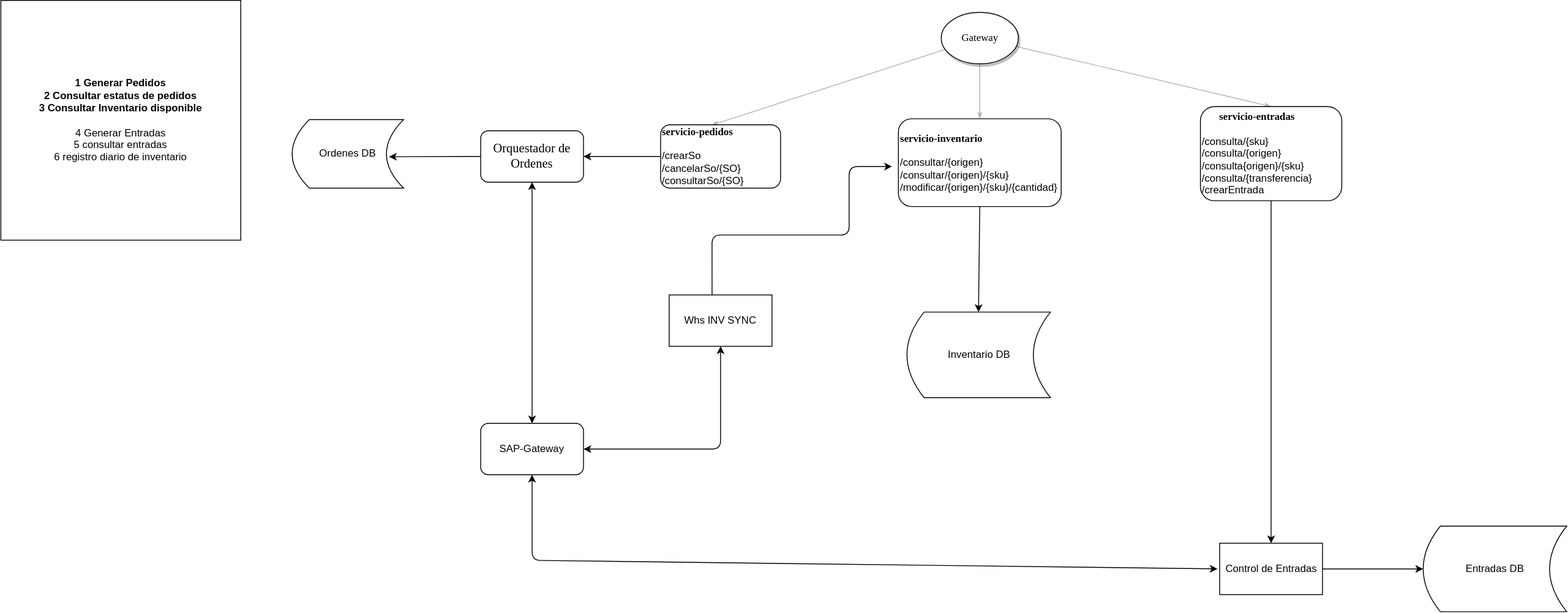
Above: Untitled Diagram.svg in erick12357/pruebaRest (draw.io), before the change. Source tidied: cells renumbered, new cells last; positions are measured from the earlier drawing's top-left corner, leaving out a move shared by most shapes. Source of this version:
```xml
<mxGraphModel background="#ffffff">
  <root>
    <mxCell id="0" />
    <mxCell id="1" parent="0" />
    <mxCell id="2" style="edgeStyle=none;rounded=1;html=1;labelBackgroundColor=none;startArrow=none;startFill=0;startSize=5;endArrow=classicThin;endFill=1;endSize=5;jettySize=auto;strokeColor=#B3B3B3;strokeWidth=1;fontFamily=Verdana;fontSize=12;entryX=0.5;entryY=0;entryDx=0;entryDy=0;" parent="1" edge="1" source="5" target="9">
      <mxGeometry relative="1" as="geometry" />
    </mxCell>
    <mxCell id="3" style="edgeStyle=none;rounded=1;html=1;labelBackgroundColor=none;startArrow=none;startFill=0;startSize=5;endArrow=classicThin;endFill=1;endSize=5;jettySize=auto;strokeColor=#B3B3B3;strokeWidth=1;fontFamily=Verdana;fontSize=12;entryX=0.425;entryY=0.006;entryDx=0;entryDy=0;entryPerimeter=0;" parent="1" edge="1" source="5" target="11">
      <mxGeometry relative="1" as="geometry" />
    </mxCell>
    <mxCell id="4" style="edgeStyle=none;rounded=1;html=1;labelBackgroundColor=none;startArrow=none;startFill=0;startSize=5;endArrow=classicThin;endFill=1;endSize=5;jettySize=auto;strokeColor=#B3B3B3;strokeWidth=1;fontFamily=Verdana;fontSize=12;entryX=0.5;entryY=0;entryDx=0;entryDy=0;" parent="1" edge="1" source="5" target="10">
      <mxGeometry relative="1" as="geometry" />
    </mxCell>
    <mxCell id="5" value="Gateway" style="ellipse;whiteSpace=wrap;html=1;rounded=0;shadow=1;comic=0;labelBackgroundColor=none;strokeWidth=1;fontFamily=Verdana;fontSize=12;align=center;" parent="1" vertex="1">
      <mxGeometry x="1097.5" y="14" width="90" height="60" as="geometry" />
    </mxCell>
    <mxCell id="6" value="Inventario DB" style="shape=dataStorage;whiteSpace=wrap;html=1;fixedSize=1;" parent="1" vertex="1">
      <mxGeometry x="1057.5" y="364" width="167.5" height="100" as="geometry" />
    </mxCell>
    <mxCell id="7" value="&lt;b&gt;1 Generar Pedidos&lt;br&gt;2 Consultar estatus de pedidos&lt;br&gt;3 Consultar Inventario disponible&lt;br&gt;&lt;/b&gt;&lt;br&gt;4 Generar Entradas&lt;br&gt;5 consultar entradas&lt;br&gt;6 registro diario de inventario" style="whiteSpace=wrap;html=1;" parent="1" vertex="1">
      <mxGeometry width="280" height="280" as="geometry" />
    </mxCell>
    <mxCell id="8" style="endArrow=classic;html=1;fontStyle=1;exitX=0.5;exitY=1;exitDx=0;exitDy=0;" parent="1" edge="1" source="9">
      <mxGeometry relative="1" as="geometry">
        <mxPoint x="1141" y="364" as="targetPoint" />
      </mxGeometry>
    </mxCell>
    <mxCell id="9" value="&lt;span style=&quot;font-family: &amp;#34;verdana&amp;#34; ; text-align: center&quot;&gt;&lt;b&gt;servicio-inventario&lt;/b&gt;&lt;br&gt;&lt;/span&gt;&lt;span&gt;&lt;br&gt;/consultar/{origen}&lt;/span&gt;&lt;br&gt;&lt;span&gt;/consultar/{origen}/{sku}&lt;/span&gt;&lt;br&gt;&lt;span&gt;/modificar/{origen}/{sku}/{cantidad}&lt;/span&gt;" style="rounded=1;whiteSpace=wrap;html=1;align=left;" parent="1" vertex="1">
      <mxGeometry x="1047.5" y="138.2" width="190" height="102.5" as="geometry" />
    </mxCell>
    <mxCell id="10" value="&lt;div style=&quot;text-align: center&quot;&gt;&lt;font face=&quot;verdana&quot;&gt;&lt;b&gt;servicio-entradas&lt;/b&gt;&lt;/font&gt;&lt;/div&gt;&lt;div&gt;&lt;span style=&quot;font-family: &amp;#34;verdana&amp;#34; ; text-align: center&quot;&gt;&lt;br&gt;&lt;/span&gt;&lt;/div&gt;&lt;div&gt;&lt;span&gt;/consulta/{sku}&lt;/span&gt;&lt;br&gt;&lt;/div&gt;&lt;div&gt;/consulta/{origen}&lt;/div&gt;&lt;div&gt;/consulta{origen}/{sku}&lt;/div&gt;&lt;div&gt;/consulta/{transferencia}&lt;/div&gt;&lt;div&gt;/crearEntrada&lt;/div&gt;" style="rounded=1;whiteSpace=wrap;html=1;align=left;" parent="1" vertex="1">
      <mxGeometry x="1400" y="124" width="165" height="110" as="geometry" />
    </mxCell>
    <mxCell id="11" value="&lt;span style=&quot;font-family: &amp;#34;verdana&amp;#34; ; text-align: center&quot;&gt;&lt;b&gt;servicio-pedidos&lt;/b&gt;&lt;/span&gt;&lt;span&gt;&lt;b&gt;&lt;br&gt;&lt;/b&gt;&lt;br&gt;/crearSo&lt;/span&gt;&lt;br&gt;&lt;span&gt;/cancelarSo/{SO}&lt;/span&gt;&lt;br&gt;&lt;span&gt;/consultarSo/{SO}&lt;/span&gt;" style="rounded=1;whiteSpace=wrap;html=1;align=left;" parent="1" vertex="1">
      <mxGeometry x="770" y="145.2" width="140" height="74" as="geometry" />
    </mxCell>
    <mxCell id="12" value="SAP-Gateway&lt;br&gt;" style="rounded=1;whiteSpace=wrap;html=1;" parent="1" vertex="1">
      <mxGeometry x="560" y="494" width="120" height="60" as="geometry" />
    </mxCell>
    <mxCell id="13" value="&lt;span lang=&quot;EN-US&quot; style=&quot;font-size: 11.0pt ; font-family: &amp;#34;calibri&amp;#34; , &amp;#34;sans-serif&amp;#34;&quot;&gt;Orquestador de Ordenes&lt;/span&gt;" style="rounded=1;whiteSpace=wrap;html=1;" parent="1" vertex="1">
      <mxGeometry x="560" y="152.2" width="120" height="60" as="geometry" />
    </mxCell>
    <mxCell id="14" style="endArrow=classic;html=1;entryX=1;entryY=0.5;entryDx=0;entryDy=0;exitX=0;exitY=0.5;exitDx=0;exitDy=0;" parent="1" edge="1" source="11" target="13">
      <mxGeometry relative="1" as="geometry" />
    </mxCell>
    <mxCell id="15" value="Ordenes DB" style="shape=dataStorage;whiteSpace=wrap;html=1;fixedSize=1;" parent="1" vertex="1">
      <mxGeometry x="340" y="139.2" width="130" height="80" as="geometry" />
    </mxCell>
    <mxCell id="16" style="endArrow=classic;html=1;entryX=0.869;entryY=0.541;entryDx=0;entryDy=0;entryPerimeter=0;exitX=0;exitY=0.5;exitDx=0;exitDy=0;" parent="1" edge="1" source="13" target="15">
      <mxGeometry relative="1" as="geometry" />
    </mxCell>
    <mxCell id="17" style="endArrow=classic;startArrow=classic;html=1;entryX=0.5;entryY=1;entryDx=0;entryDy=0;exitX=0.5;exitY=0;exitDx=0;exitDy=0;" parent="1" edge="1" source="12" target="13">
      <mxGeometry relative="1" as="geometry" />
    </mxCell>
    <mxCell id="18" value="Whs INV SYNC" style="rounded=0;whiteSpace=wrap;html=1;" parent="1" vertex="1">
      <mxGeometry x="780" y="344" width="120" height="60" as="geometry" />
    </mxCell>
    <mxCell id="19" style="endArrow=classic;startArrow=classic;html=1;entryX=0.5;entryY=1;entryDx=0;entryDy=0;exitX=1;exitY=0.5;exitDx=0;exitDy=0;" parent="1" edge="1" source="12" target="18">
      <mxGeometry relative="1" as="geometry">
        <Array as="points">
          <mxPoint x="840" y="524" />
        </Array>
      </mxGeometry>
    </mxCell>
    <mxCell id="20" style="endArrow=classic;html=1;exitX=0.417;exitY=0;exitDx=0;exitDy=0;exitPerimeter=0;" parent="1" edge="1" source="18">
      <mxGeometry relative="1" as="geometry">
        <mxPoint x="1040" y="194" as="targetPoint" />
        <Array as="points">
          <mxPoint x="830" y="274" />
          <mxPoint x="990" y="274" />
          <mxPoint x="990" y="194" />
        </Array>
      </mxGeometry>
    </mxCell>
    <mxCell id="21" value="Control de Entradas" style="rounded=0;whiteSpace=wrap;html=1;" parent="1" vertex="1">
      <mxGeometry x="1422.5" y="634" width="120" height="60" as="geometry" />
    </mxCell>
    <mxCell id="22" style="endArrow=classic;html=1;entryX=0.5;entryY=0;entryDx=0;entryDy=0;exitX=0.5;exitY=1;exitDx=0;exitDy=0;" parent="1" edge="1" source="10" target="21">
      <mxGeometry relative="1" as="geometry" />
    </mxCell>
    <mxCell id="23" style="endArrow=classic;startArrow=classic;html=1;exitX=0.5;exitY=1;exitDx=0;exitDy=0;" parent="1" edge="1" source="12">
      <mxGeometry relative="1" as="geometry">
        <mxPoint x="1420" y="664" as="targetPoint" />
        <Array as="points">
          <mxPoint x="620" y="654" />
        </Array>
      </mxGeometry>
    </mxCell>
    <mxCell id="24" value="Entradas DB" style="shape=dataStorage;whiteSpace=wrap;html=1;fixedSize=1;" parent="1" vertex="1">
      <mxGeometry x="1660" y="614" width="167.5" height="100" as="geometry" />
    </mxCell>
    <mxCell id="25" style="endArrow=classic;html=1;entryX=0;entryY=0.5;entryDx=0;entryDy=0;exitX=1;exitY=0.5;exitDx=0;exitDy=0;" parent="1" edge="1" source="21" target="24">
      <mxGeometry relative="1" as="geometry" />
    </mxCell>
  </root>
</mxGraphModel>
```
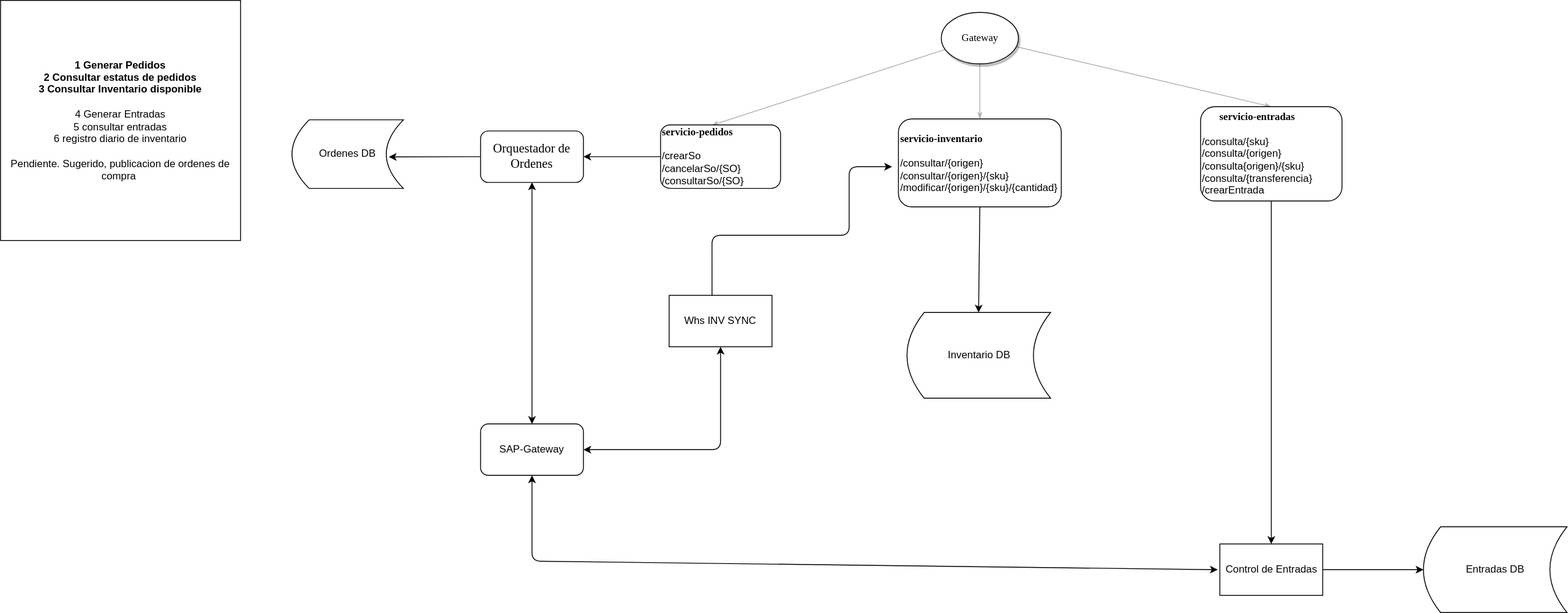
The same file after the commit.

What changed in the source:
```diff
@@ -17,7 +17,7 @@
     <mxCell id="6" value="Inventario DB" style="shape=dataStorage;whiteSpace=wrap;html=1;fixedSize=1;" parent="1" vertex="1">
       <mxGeometry x="1057.5" y="364" width="167.5" height="100" as="geometry" />
     </mxCell>
-    <mxCell id="7" value="&lt;b&gt;1 Generar Pedidos&lt;br&gt;2 Consultar estatus de pedidos&lt;br&gt;3 Consultar Inventario disponible&lt;br&gt;&lt;/b&gt;&lt;br&gt;4 Generar Entradas&lt;br&gt;5 consultar entradas&lt;br&gt;6 registro diario de inventario" style="whiteSpace=wrap;html=1;" parent="1" vertex="1">
+    <mxCell id="7" value="&lt;b&gt;1 Generar Pedidos&lt;br&gt;2 Consultar estatus de pedidos&lt;br&gt;3 Consultar Inventario disponible&lt;br&gt;&lt;/b&gt;&lt;br&gt;4 Generar Entradas&lt;br&gt;5 consultar entradas&lt;br&gt;6 registro diario de inventario&lt;br&gt;&lt;br&gt;Pendiente. Sugerido, publicacion de ordenes de compra&amp;nbsp;" style="whiteSpace=wrap;html=1;" parent="1" vertex="1">
       <mxGeometry width="280" height="280" as="geometry" />
     </mxCell>
     <mxCell id="8" style="endArrow=classic;html=1;fontStyle=1;exitX=0.5;exitY=1;exitDx=0;exitDy=0;" parent="1" edge="1" source="9">
```
